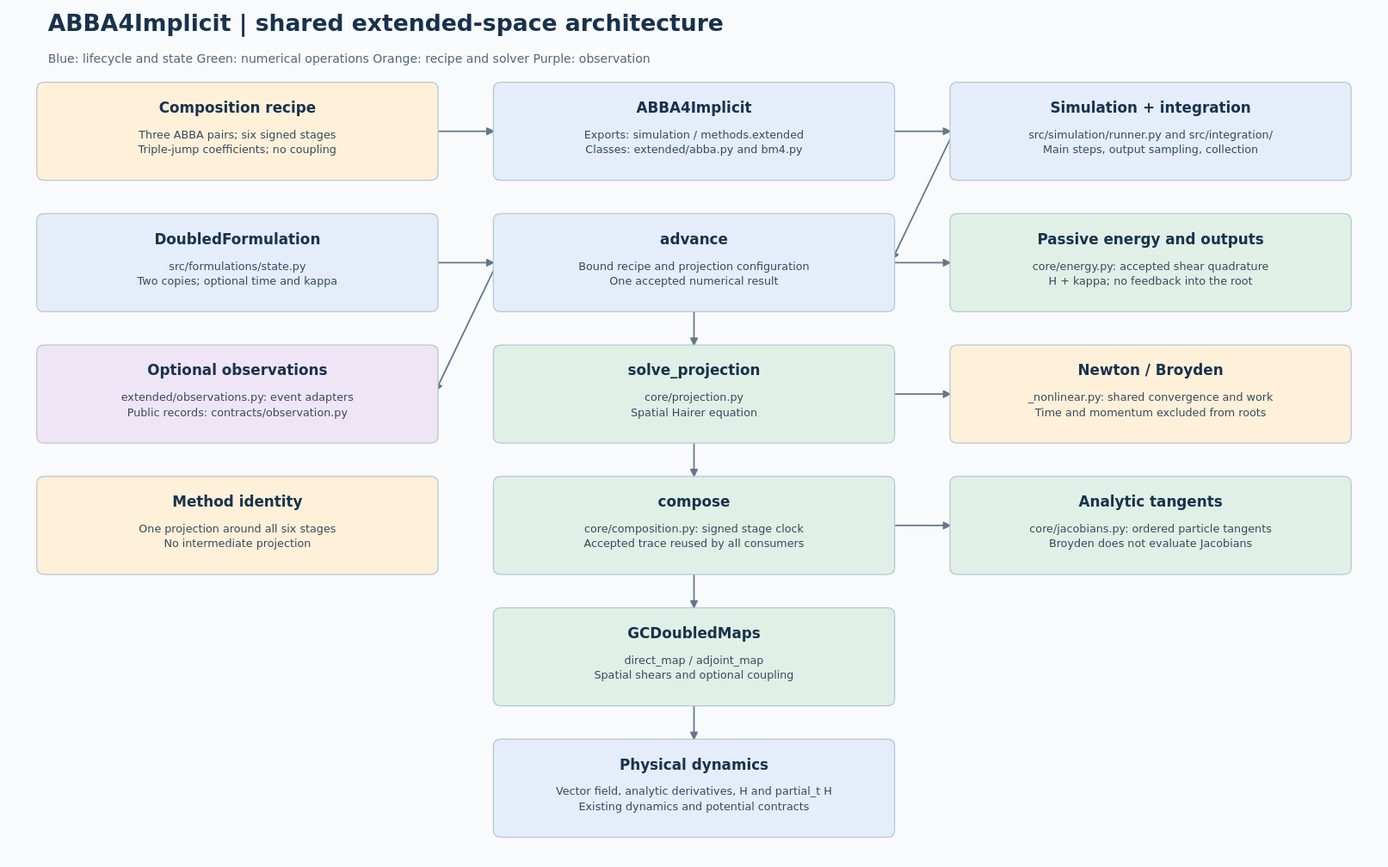
Earlier version of the PlantUML export docs/models/abba4-implicit/simulation/abba4-implicit-simulation-architecture.svg (Jugibe-52/GC2D_intranet). Its source is kept beside it as docs/models/abba4-implicit/simulation/abba4-implicit-simulation-architecture.puml.
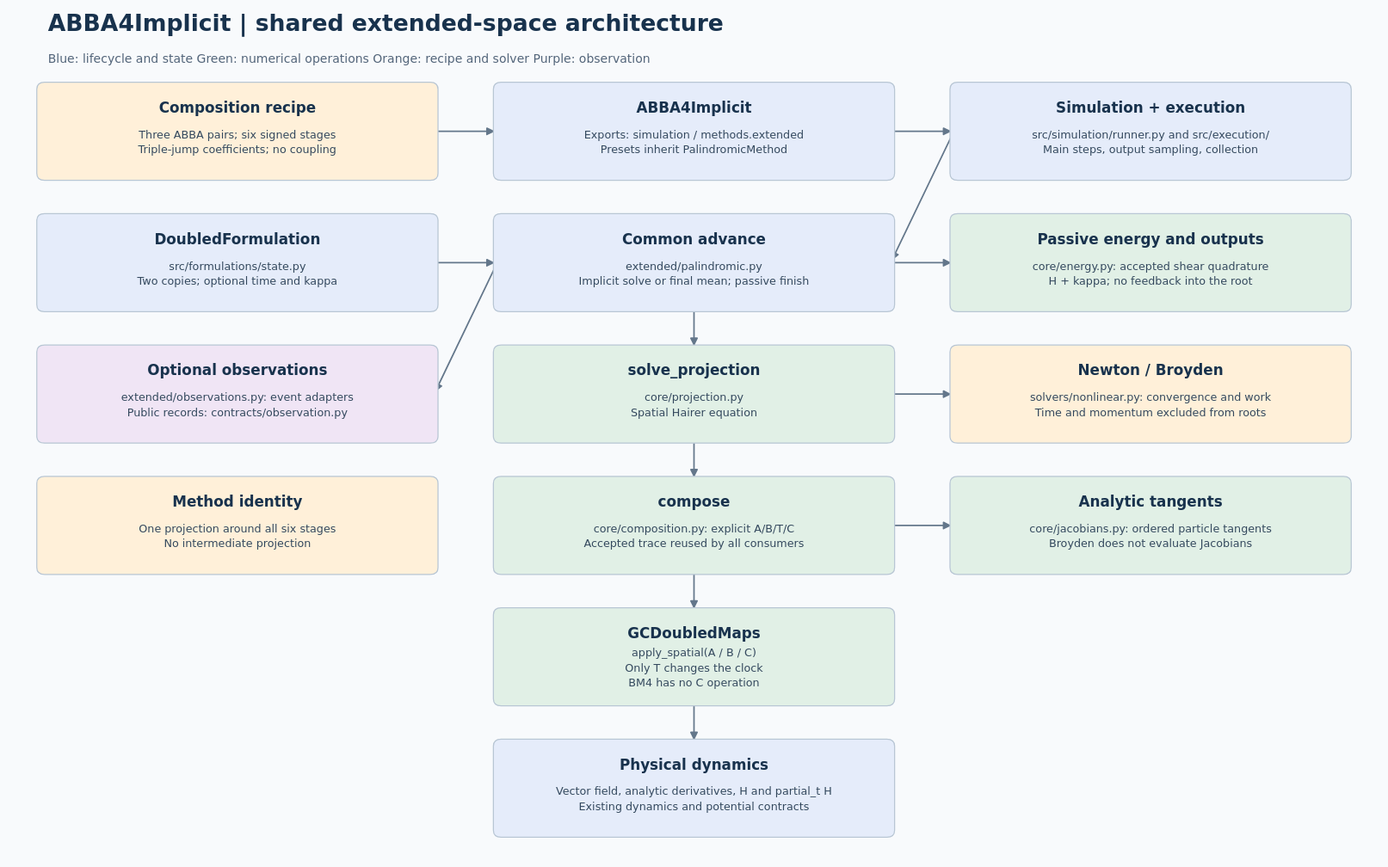
Later version of the same file.

Diff of the diagram source:
```diff
@@ -3,18 +3,18 @@
   graph [rankdir=TB, bgcolor="#f8fafc"];
   node [shape=box, style="rounded,filled", fontname="DejaVu Sans"];
   recipe [label="Composition recipe\nThree ABBA pairs; six signed stages\nTriple-jump coefficients; no coupling", fillcolor="#fff0d9"];
-  method [label="ABBA4Implicit\nExports: simulation / methods.extended\nClasses: extended/abba.py and bm4.py", fillcolor="#e5ecfa"];
-  driver [label="Simulation + integration\nsrc/simulation/runner.py and src/integration/\nMain steps, output sampling, collection", fillcolor="#e5ecfa"];
+  method [label="ABBA4Implicit\nExports: simulation / methods.extended\nPresets inherit PalindromicMethod", fillcolor="#e5ecfa"];
+  driver [label="Simulation + execution\nsrc/simulation/runner.py and src/execution/\nMain steps, output sampling, collection", fillcolor="#e5ecfa"];
   state [label="DoubledFormulation\nsrc/formulations/state.py\nTwo copies; optional time and kappa", fillcolor="#e5ecfa"];
-  advance [label="advance\nBound recipe and projection configuration\nOne accepted numerical result", fillcolor="#e5ecfa"];
+  advance [label="Common advance\nextended/palindromic.py\nImplicit solve or final mean; passive finish", fillcolor="#e5ecfa"];
   energy [label="Passive energy and outputs\ncore/energy.py: accepted shear quadrature\nH + kappa; no feedback into the root", fillcolor="#e1f0e6"];
   observe [label="Optional observations\nextended/observations.py: event adapters\nPublic records: contracts/observation.py", fillcolor="#f0e5f5"];
   projection [label="solve_projection\ncore/projection.py\nSpatial Hairer equation", fillcolor="#e1f0e6"];
-  solver [label="Newton / Broyden\n_nonlinear.py: shared convergence and work\nTime and momentum excluded from roots", fillcolor="#fff0d9"];
+  solver [label="Newton / Broyden\nsolvers/nonlinear.py: convergence and work\nTime and momentum excluded from roots", fillcolor="#fff0d9"];
   placement [label="Method identity\nOne projection around all six stages\nNo intermediate projection", fillcolor="#fff0d9"];
-  compose [label="compose\ncore/composition.py: signed stage clock\nAccepted trace reused by all consumers", fillcolor="#e1f0e6"];
+  compose [label="compose\ncore/composition.py: explicit A/B/T/C\nAccepted trace reused by all consumers", fillcolor="#e1f0e6"];
   tangent [label="Analytic tangents\ncore/jacobians.py: ordered particle tangents\nBroyden does not evaluate Jacobians", fillcolor="#e1f0e6"];
-  maps [label="GCDoubledMaps\ndirect_map / adjoint_map\nSpatial shears and optional coupling", fillcolor="#e1f0e6"];
+  maps [label="GCDoubledMaps\napply_spatial(A / B / C)\nOnly T changes the clock\nBM4 has no C operation", fillcolor="#e1f0e6"];
   dynamics [label="Physical dynamics\nVector field, analytic derivatives, H and partial_t H\nExisting dynamics and potential contracts", fillcolor="#e5ecfa"];
   recipe -> method;
   method -> driver;
```
